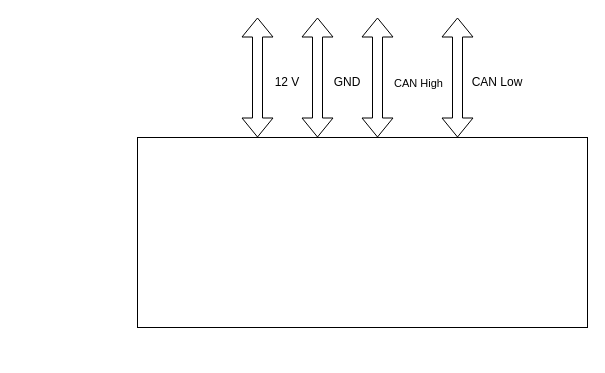
The draw.io diagram hardware/steering-wheel-pcb/Untitled Diagram.drawio in Jdrisle/Electronic-Paddle-shifting, before the edit. Source tidied: cells renumbered, new cells numbered last; positions are measured from the earlier drawing's top-left corner, leaving out a move shared by most shapes. Both pictures are drawn from the tidied source at 100%, with x=0, y=0 at pixel (137, 17).
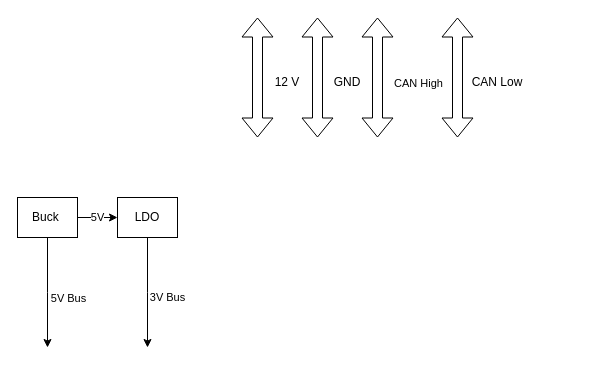
After the change.

What changed in the source:
```diff
@@
-    <mxCell id="2" style="rounded=0;whiteSpace=wrap;html=1;" parent="1" vertex="1">
-      <mxGeometry y="120" width="450" height="190" as="geometry" />
-    </mxCell>
@@
+    <mxCell id="11" style="edgeStyle=orthogonalEdgeStyle;rounded=0;jettySize=auto;html=1;" parent="1" edge="1" source="14">
+      <mxGeometry relative="1" as="geometry">
+        <mxPoint x="-90" y="330" as="targetPoint" />
+      </mxGeometry>
+    </mxCell>
+    <mxCell id="12" value="5V Bus" style="edgeLabel;html=1;align=center;verticalAlign=middle;" parent="11" vertex="1">
+      <mxGeometry x="-0.16" y="2" relative="1" as="geometry">
+        <mxPoint x="18" y="14" as="offset" />
+      </mxGeometry>
+    </mxCell>
+    <mxCell id="13" value="5V" style="edgeStyle=orthogonalEdgeStyle;rounded=0;jettySize=auto;html=1;exitX=1;exitY=0.5;exitDx=0;exitDy=0;entryX=0;entryY=0.5;entryDx=0;entryDy=0;" parent="1" edge="1" source="14" target="16">
+      <mxGeometry relative="1" as="geometry" />
+    </mxCell>
+    <mxCell id="14" value="Buck&amp;nbsp;" style="rounded=0;whiteSpace=wrap;html=1;" parent="1" vertex="1">
+      <mxGeometry x="-120" y="180" width="60" height="40" as="geometry" />
+    </mxCell>
+    <mxCell id="15" value="3V Bus" style="edgeStyle=orthogonalEdgeStyle;rounded=0;jettySize=auto;html=1;" parent="1" edge="1" source="16">
+      <mxGeometry x="0.09" y="20" relative="1" as="geometry">
+        <mxPoint x="10" y="330" as="targetPoint" />
+      </mxGeometry>
+    </mxCell>
+    <mxCell id="16" value="LDO" style="rounded=0;whiteSpace=wrap;html=1;" parent="1" vertex="1">
+      <mxGeometry x="-20" y="180" width="60" height="40" as="geometry" />
+    </mxCell>
```
